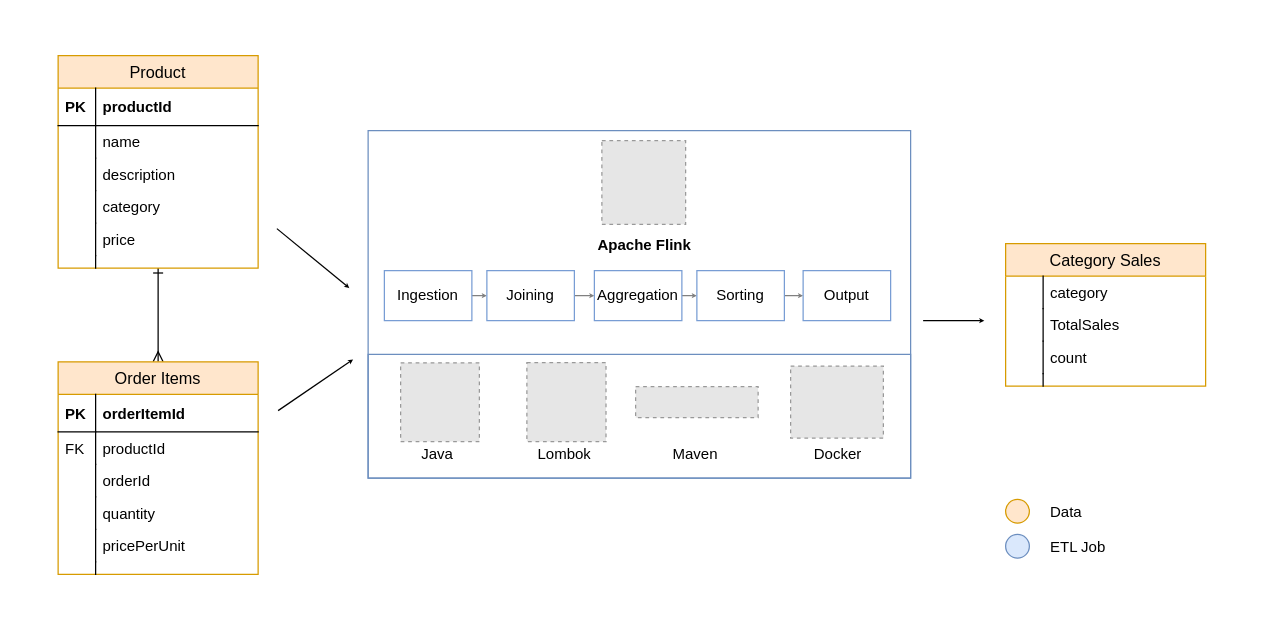
Before: Architecture/RetailAnalytics-ApacheFlink.drawio in yash-analytics/RetailAnalytics-ApacheFlink, a draw.io diagram. Source tidied: cells renumbered, new cells numbered last; positions are measured from the earlier drawing's top-left corner, leaving out a move shared by most shapes. Both pictures are drawn from the tidied source at 125%, with x=0, y=0 at pixel (21, 21). Pictures stored in the file or linked from it are replaced by grey dashed boxes.
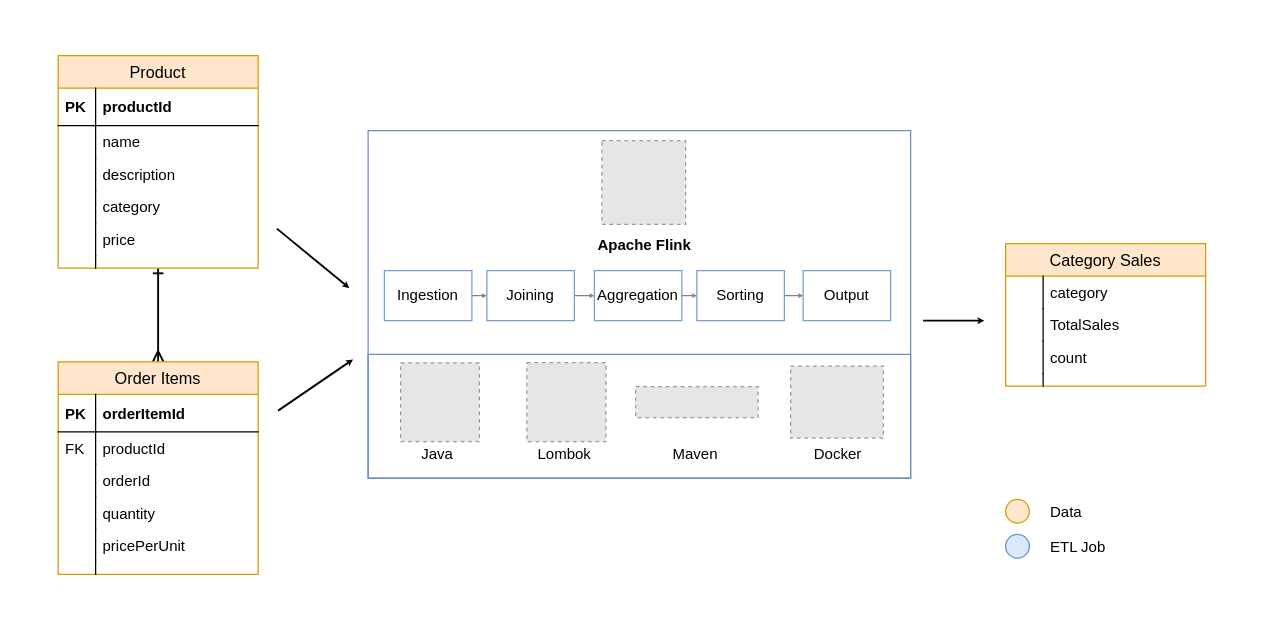
After the change.

The change refers to these unchanged cells:
```xml
<mxCell id="14" style="group;" parent="1" vertex="1">
  <mxGeometry x="29" y="26.9" width="160" height="415" as="geometry" />
</mxCell>
<mxCell id="16" value="Product" style="swimlane;fontStyle=0;horizontal=1;startSize=26;fillColor=#ffe6cc;swimlaneFillColor=#ffffff;align=center;strokeWidth=1;fontSize=13;strokeColor=#d79b00;" parent="14" vertex="1">
  <mxGeometry width="160" height="170" as="geometry" />
</mxCell>
<mxCell id="29" value="Order Items" style="swimlane;fontStyle=0;horizontal=1;startSize=26;fillColor=#FFE6CC;swimlaneFillColor=#ffffff;align=center;strokeWidth=1;fontSize=13;strokeColor=#d79b00;" parent="14" vertex="1">
  <mxGeometry y="245" width="160" height="170" as="geometry" />
</mxCell>
```

The edit, as a diff of the source:
```diff
@@
-    <mxCell id="15" style="edgeStyle=none;rounded=0;html=1;startArrow=ERone;startFill=0;endArrow=ERmany;endFill=0;jettySize=auto;fontSize=10;strokeColor=#000000;" parent="14" edge="1" source="16" target="29">
+    <mxCell id="15" style="edgeStyle=none;rounded=0;html=1;startArrow=ERone;startFill=0;endArrow=ERmany;endFill=0;jettySize=auto;fontSize=10;strokeColor=#000000;strokeWidth=1.5;" parent="14" edge="1" source="16" target="29">
       <mxGeometry relative="1" as="geometry" />
     </mxCell>
@@
-    <mxCell id="61" style="endArrow=classic;html=1;rounded=0;endSize=1;startSize=1;" parent="1" edge="1">
+    <mxCell id="61" style="endArrow=classic;html=1;rounded=0;endSize=1;startSize=1;strokeWidth=1.5;" parent="1" edge="1">
       <mxGeometry relative="1" as="geometry">
         <mxPoint x="205" y="311" as="sourcePoint" />
         <mxPoint x="265" y="270" as="targetPoint" />
       </mxGeometry>
     </mxCell>
-    <mxCell id="62" style="endArrow=classic;html=1;rounded=0;endSize=1;startSize=1;" parent="1" edge="1">
+    <mxCell id="62" style="endArrow=classic;html=1;rounded=0;endSize=1;startSize=1;strokeWidth=1.5;" parent="1" edge="1">
       <mxGeometry relative="1" as="geometry">
         <mxPoint x="204" y="165.4" as="sourcePoint" />
         <mxPoint x="262" y="213" as="targetPoint" />
       </mxGeometry>
     </mxCell>
-    <mxCell id="63" style="endArrow=classic;html=1;rounded=0;endSize=1;startSize=1;" parent="1" edge="1">
+    <mxCell id="63" style="endArrow=classic;html=1;rounded=0;endSize=1;startSize=1;strokeWidth=1.5;" parent="1" edge="1">
       <mxGeometry relative="1" as="geometry">
         <mxPoint x="721" y="239" as="sourcePoint" />
         <mxPoint x="770" y="239" as="targetPoint" />
       </mxGeometry>
     </mxCell>
```
